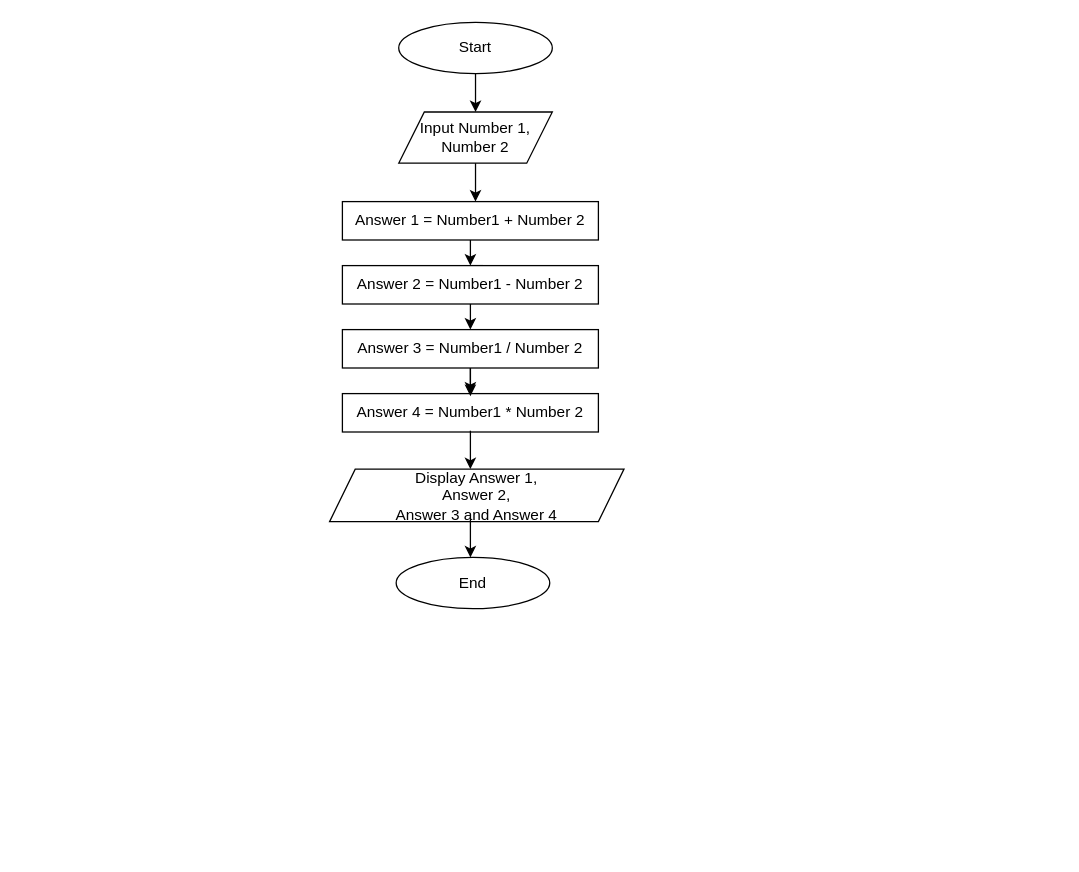
Earlier version of the draw.io diagram My Flow Chart.drawio (Benard-Tech/Navigation_Project). Source tidied: cells renumbered, new cells numbered last; positions are measured from the earlier drawing's top-left corner, leaving out a move shared by most shapes. Both pictures are drawn from the tidied source at 128%, with x=0, y=0 at pixel (329, 22).
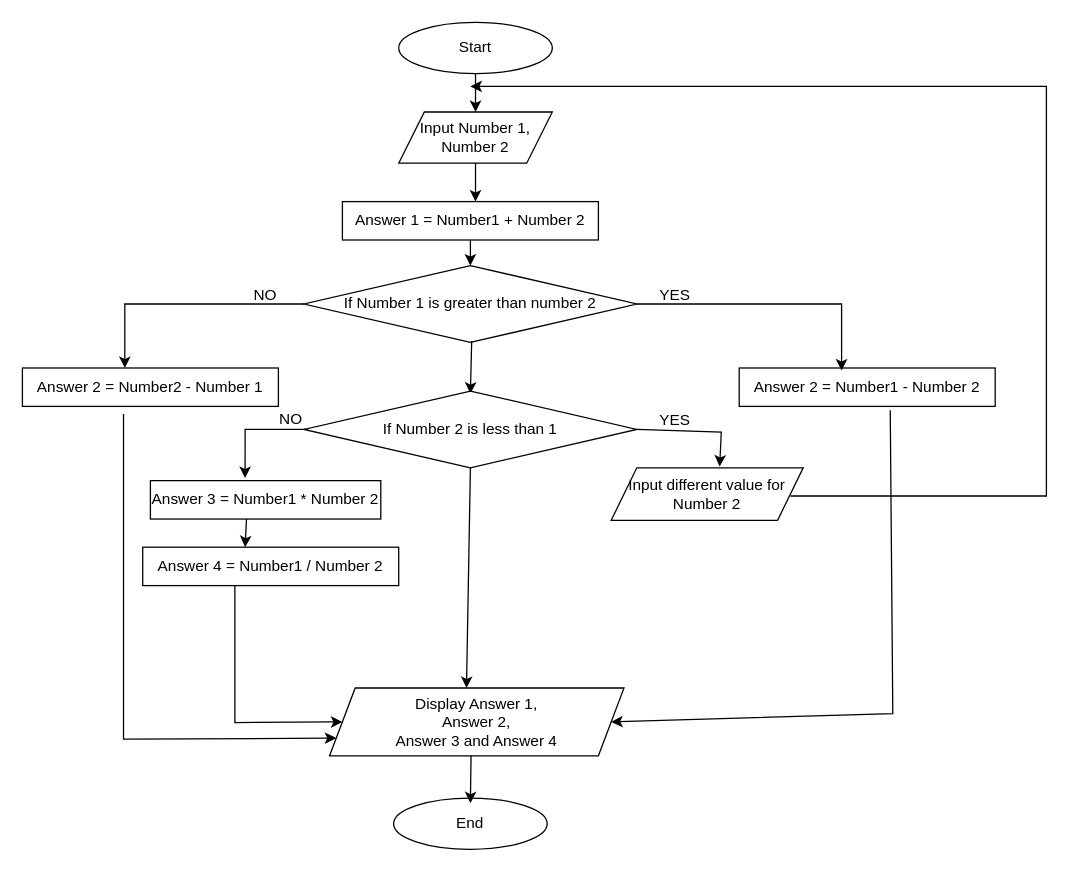
After the change.

Unchanged cells that the change refers to:
```xml
<mxCell id="5" value="Answer 1 = Number1 + Number 2" style="rounded=0;whiteSpace=wrap;html=1;" parent="1" vertex="1">
  <mxGeometry x="10" y="140" width="200" height="30" as="geometry" />
</mxCell>
```

The edit, as a diff of the source:
```diff
@@
-    <mxCell id="7" style="edgeStyle=orthogonalEdgeStyle;rounded=0;jettySize=auto;html=1;" parent="1" edge="1" source="8" target="9">
-      <mxGeometry relative="1" as="geometry" />
-    </mxCell>
-    <mxCell id="8" value="Answer 3 = Number1 / Number 2" style="rounded=0;whiteSpace=wrap;html=1;" parent="1" vertex="1">
-      <mxGeometry x="10" y="240" width="200" height="30" as="geometry" />
+    <mxCell id="8" value="Answer 4 = Number1 / Number 2" style="rounded=0;whiteSpace=wrap;html=1;" parent="1" vertex="1">
+      <mxGeometry x="-146" y="410" width="200" height="30" as="geometry" />
     </mxCell>
-    <mxCell id="9" value="Answer 4 = Number1 * Number 2" style="rounded=0;whiteSpace=wrap;html=1;" parent="1" vertex="1">
-      <mxGeometry x="10" y="290" width="200" height="30" as="geometry" />
-    </mxCell>
-    <mxCell id="10" style="endArrow=classic;html=1;rounded=0;exitX=0.5;exitY=1;exitDx=0;exitDy=0;entryX=0.5;entryY=0;entryDx=0;entryDy=0;" parent="1" edge="1" source="5" target="14">
-      <mxGeometry relative="1" as="geometry" />
-    </mxCell>
-    <mxCell id="11" style="endArrow=classic;html=1;rounded=0;exitX=0.5;exitY=1;exitDx=0;exitDy=0;entryX=0.5;entryY=0;entryDx=0;entryDy=0;startArrow=none;" parent="1" edge="1" source="14">
-      <mxGeometry relative="1" as="geometry">
-        <mxPoint x="120" y="210" as="targetPoint" />
-      </mxGeometry>
-    </mxCell>
-    <mxCell id="12" style="endArrow=classic;html=1;rounded=0;entryX=0.5;entryY=0;entryDx=0;entryDy=0;exitX=0.5;exitY=1;exitDx=0;exitDy=0;" parent="1" edge="1" source="14" target="8">
-      <mxGeometry relative="1" as="geometry" />
-    </mxCell>
-    <mxCell id="13" style="endArrow=none;html=1;rounded=0;exitX=0.5;exitY=1;exitDx=0;exitDy=0;entryX=0.5;entryY=0;entryDx=0;entryDy=0;" parent="1" edge="1" target="14">
-      <mxGeometry relative="1" as="geometry">
-        <mxPoint x="120" y="190" as="sourcePoint" />
-      </mxGeometry>
-    </mxCell>
     <mxCell id="14" value="Answer 2 = Number1 - Number 2" style="rounded=0;whiteSpace=wrap;html=1;" parent="1" vertex="1">
-      <mxGeometry x="10" y="190" width="200" height="30" as="geometry" />
+      <mxGeometry x="320" y="270" width="200" height="30" as="geometry" />
     </mxCell>
-    <mxCell id="15" style="endArrow=classic;html=1;rounded=0;entryX=0.5;entryY=0;entryDx=0;entryDy=0;" parent="1" edge="1">
+    <mxCell id="15" style="endArrow=classic;html=1;rounded=0;exitX=0.5;exitY=1;exitDx=0;exitDy=0;" parent="1" edge="1" source="5">
       <mxGeometry relative="1" as="geometry">
-        <mxPoint x="110" y="270" as="sourcePoint" />
-        <mxPoint x="110" y="292" as="targetPoint" />
+        <mxPoint x="110" y="190" as="targetPoint" />
       </mxGeometry>
     </mxCell>
-    <mxCell id="16" style="endArrow=classic;html=1;rounded=0;exitX=0.5;exitY=1;exitDx=0;exitDy=0;" parent="1" edge="1">
-      <mxGeometry relative="1" as="geometry">
-        <mxPoint x="110" y="319" as="sourcePoint" />
-        <mxPoint x="110" y="349" as="targetPoint" />
-      </mxGeometry>
-    </mxCell>
-    <mxCell id="17" value="Display Answer 1, &lt;br&gt;Answer 2, &lt;br&gt;Answer 3 and Answer 4" style="shape=parallelogram;perimeter=parallelogramPerimeter;whiteSpace=wrap;html=1;fixedSize=1;" parent="1" vertex="1">
-      <mxGeometry y="349" width="230" height="41" as="geometry" />
+    <mxCell id="17" value="Input different value for Number 2" style="shape=parallelogram;perimeter=parallelogramPerimeter;whiteSpace=wrap;html=1;fixedSize=1;" parent="1" vertex="1">
+      <mxGeometry x="220" y="348" width="150" height="41" as="geometry" />
     </mxCell>
-    <mxCell id="18" style="endArrow=classic;html=1;rounded=0;exitX=0.5;exitY=1;exitDx=0;exitDy=0;" parent="1" edge="1">
-      <mxGeometry relative="1" as="geometry">
-        <mxPoint x="110" y="388" as="sourcePoint" />
-        <mxPoint x="110" y="418" as="targetPoint" />
-      </mxGeometry>
-    </mxCell>
     <mxCell id="19" value="End" style="ellipse;whiteSpace=wrap;html=1;" parent="1" vertex="1">
-      <mxGeometry x="52" y="418" width="120" height="40" as="geometry" />
+      <mxGeometry x="50" y="606" width="120" height="40" as="geometry" />
     </mxCell>
+    <mxCell id="20" value="If Number 1 is greater than number 2" style="rhombus;whiteSpace=wrap;html=1;" parent="1" vertex="1">
+      <mxGeometry x="-20" y="190" width="260" height="60" as="geometry" />
+    </mxCell>
+    <mxCell id="21" style="endArrow=classic;html=1;rounded=0;exitX=1;exitY=0.5;exitDx=0;exitDy=0;entryX=0.4;entryY=0.067;entryDx=0;entryDy=0;entryPerimeter=0;" parent="1" edge="1" source="20" target="14">
+      <mxGeometry relative="1" as="geometry">
+        <Array as="points">
+          <mxPoint x="400" y="220" />
+        </Array>
+      </mxGeometry>
+    </mxCell>
+    <mxCell id="22" style="endArrow=classic;html=1;rounded=0;exitX=0;exitY=0.5;exitDx=0;exitDy=0;" parent="1" edge="1" source="20">
+      <mxGeometry relative="1" as="geometry">
+        <mxPoint x="-160" y="270" as="targetPoint" />
+        <Array as="points">
+          <mxPoint x="-160" y="220" />
+        </Array>
+      </mxGeometry>
+    </mxCell>
+    <mxCell id="23" value="Answer 2 = Number2 - Number 1" style="rounded=0;whiteSpace=wrap;html=1;" parent="1" vertex="1">
+      <mxGeometry x="-240" y="270" width="200" height="30" as="geometry" />
+    </mxCell>
+    <mxCell id="24" value="YES" style="text;strokeColor=none;align=center;fillColor=none;html=1;verticalAlign=middle;whiteSpace=wrap;rounded=0;" parent="1" vertex="1">
+      <mxGeometry x="240" y="198" width="60" height="30" as="geometry" />
+    </mxCell>
+    <mxCell id="25" value="NO" style="text;strokeColor=none;align=center;fillColor=none;html=1;verticalAlign=middle;whiteSpace=wrap;rounded=0;" parent="1" vertex="1">
+      <mxGeometry x="-80" y="203" width="60" height="20" as="geometry" />
+    </mxCell>
+    <mxCell id="26" style="endArrow=classic;html=1;rounded=0;exitX=0.5;exitY=1;exitDx=0;exitDy=0;" parent="1" edge="1">
+      <mxGeometry relative="1" as="geometry">
+        <mxPoint x="111" y="249" as="sourcePoint" />
+        <mxPoint x="110" y="290" as="targetPoint" />
+      </mxGeometry>
+    </mxCell>
+    <mxCell id="27" value="If Number 2 is less than 1" style="rhombus;whiteSpace=wrap;html=1;" parent="1" vertex="1">
+      <mxGeometry x="-20" y="288" width="260" height="60" as="geometry" />
+    </mxCell>
+    <mxCell id="28" value="Display Answer 1, &lt;br&gt;Answer 2, &lt;br&gt;Answer 3 and Answer 4" style="shape=parallelogram;perimeter=parallelogramPerimeter;whiteSpace=wrap;html=1;fixedSize=1;" parent="1" vertex="1">
+      <mxGeometry y="520" width="230" height="53" as="geometry" />
+    </mxCell>
+    <mxCell id="29" style="endArrow=classic;html=1;rounded=0;entryX=0.565;entryY=-0.024;entryDx=0;entryDy=0;entryPerimeter=0;exitX=1;exitY=0.5;exitDx=0;exitDy=0;" parent="1" edge="1" source="27" target="17">
+      <mxGeometry relative="1" as="geometry">
+        <Array as="points">
+          <mxPoint x="306" y="320" />
+        </Array>
+      </mxGeometry>
+    </mxCell>
+    <mxCell id="30" value="Answer 3 = Number1 * Number 2" style="rounded=0;whiteSpace=wrap;html=1;" parent="1" vertex="1">
+      <mxGeometry x="-140" y="358" width="180" height="30" as="geometry" />
+    </mxCell>
+    <mxCell id="31" value="YES" style="text;strokeColor=none;align=center;fillColor=none;html=1;verticalAlign=middle;whiteSpace=wrap;rounded=0;" parent="1" vertex="1">
+      <mxGeometry x="240" y="296" width="60" height="30" as="geometry" />
+    </mxCell>
+    <mxCell id="32" value="NO" style="text;strokeColor=none;align=center;fillColor=none;html=1;verticalAlign=middle;whiteSpace=wrap;rounded=0;" parent="1" vertex="1">
+      <mxGeometry x="-60" y="300" width="60" height="20" as="geometry" />
+    </mxCell>
+    <mxCell id="33" style="endArrow=classic;html=1;rounded=0;entryX=0.411;entryY=-0.067;entryDx=0;entryDy=0;entryPerimeter=0;" parent="1" edge="1" target="30">
+      <mxGeometry relative="1" as="geometry">
+        <mxPoint x="-17" y="318" as="sourcePoint" />
+        <Array as="points">
+          <mxPoint x="-66" y="318" />
+        </Array>
+      </mxGeometry>
+    </mxCell>
+    <mxCell id="34" style="endArrow=classic;html=1;rounded=0;exitX=0.417;exitY=1;exitDx=0;exitDy=0;exitPerimeter=0;entryX=0.4;entryY=0;entryDx=0;entryDy=0;entryPerimeter=0;" parent="1" edge="1" source="30" target="8">
+      <mxGeometry relative="1" as="geometry" />
+    </mxCell>
+    <mxCell id="35" style="endArrow=classic;html=1;rounded=0;exitX=0.395;exitY=1.2;exitDx=0;exitDy=0;exitPerimeter=0;entryX=0;entryY=0.75;entryDx=0;entryDy=0;" parent="1" edge="1" source="23" target="28">
+      <mxGeometry relative="1" as="geometry">
+        <Array as="points">
+          <mxPoint x="-161" y="560" />
+        </Array>
+      </mxGeometry>
+    </mxCell>
+    <mxCell id="36" style="endArrow=classic;html=1;rounded=0;exitX=0.59;exitY=1.1;exitDx=0;exitDy=0;exitPerimeter=0;entryX=1;entryY=0.5;entryDx=0;entryDy=0;" parent="1" edge="1" source="14" target="28">
+      <mxGeometry relative="1" as="geometry">
+        <Array as="points">
+          <mxPoint x="440" y="540" />
+        </Array>
+      </mxGeometry>
+    </mxCell>
+    <mxCell id="37" style="endArrow=classic;html=1;rounded=0;entryX=0.465;entryY=0;entryDx=0;entryDy=0;entryPerimeter=0;exitX=0.5;exitY=1;exitDx=0;exitDy=0;" parent="1" edge="1" source="27" target="28">
+      <mxGeometry relative="1" as="geometry" />
+    </mxCell>
+    <mxCell id="38" style="endArrow=classic;html=1;rounded=0;entryX=0;entryY=0.5;entryDx=0;entryDy=0;" parent="1" edge="1" target="28">
+      <mxGeometry relative="1" as="geometry">
+        <mxPoint x="-74" y="440" as="sourcePoint" />
+        <Array as="points">
+          <mxPoint x="-74" y="547" />
+        </Array>
+      </mxGeometry>
+    </mxCell>
+    <mxCell id="39" style="endArrow=classic;html=1;rounded=0;" parent="1" edge="1">
+      <mxGeometry relative="1" as="geometry">
+        <mxPoint x="360" y="370" as="sourcePoint" />
+        <mxPoint x="110" y="50" as="targetPoint" />
+        <Array as="points">
+          <mxPoint x="360" y="370" />
+          <mxPoint x="560" y="370" />
+          <mxPoint x="560" y="50" />
+        </Array>
+      </mxGeometry>
+    </mxCell>
+    <mxCell id="40" style="endArrow=classic;html=1;rounded=0;exitX=0.5;exitY=1;exitDx=0;exitDy=0;" parent="1" edge="1">
+      <mxGeometry relative="1" as="geometry">
+        <mxPoint x="110.5" y="573" as="sourcePoint" />
+        <mxPoint x="110" y="610" as="targetPoint" />
+      </mxGeometry>
+    </mxCell>
```
